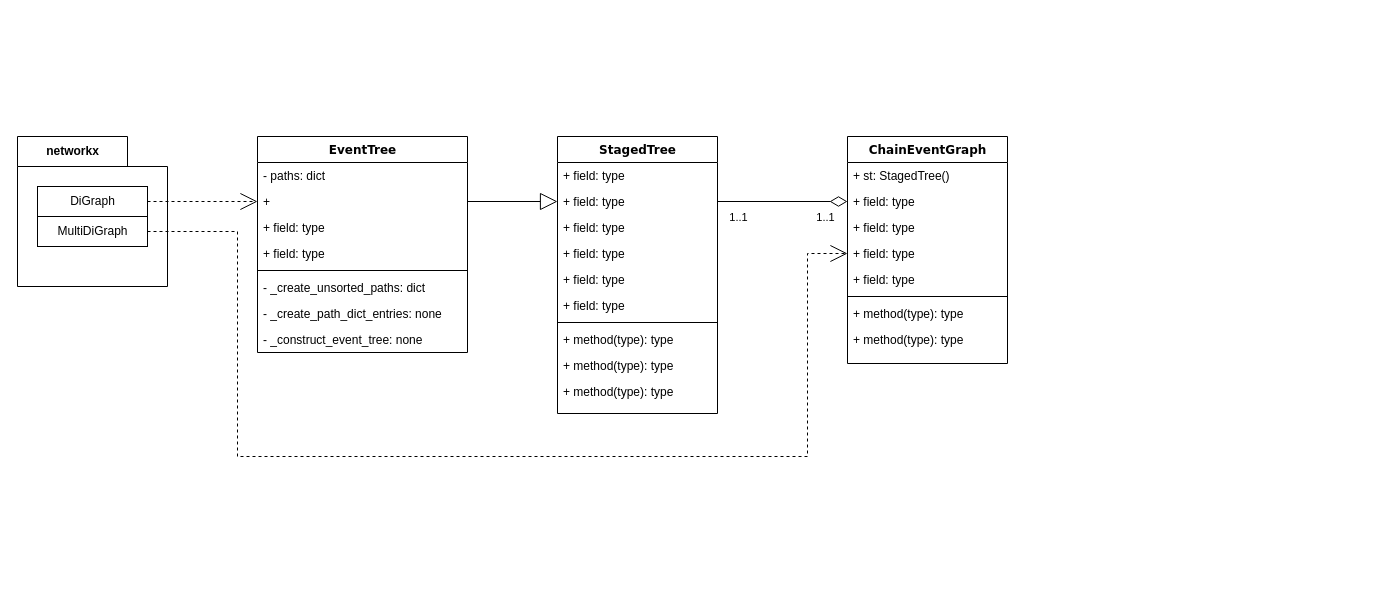
Above: docs/source/class_architecture.drawio in g-walley/cegpy (draw.io), before the change. Source tidied: cells renumbered, new cells numbered last; positions are measured from the earlier drawing's top-left corner, leaving out a move shared by most shapes. Both pictures are drawn from the tidied source at 100%, with x=0, y=0 at pixel (17, 136).
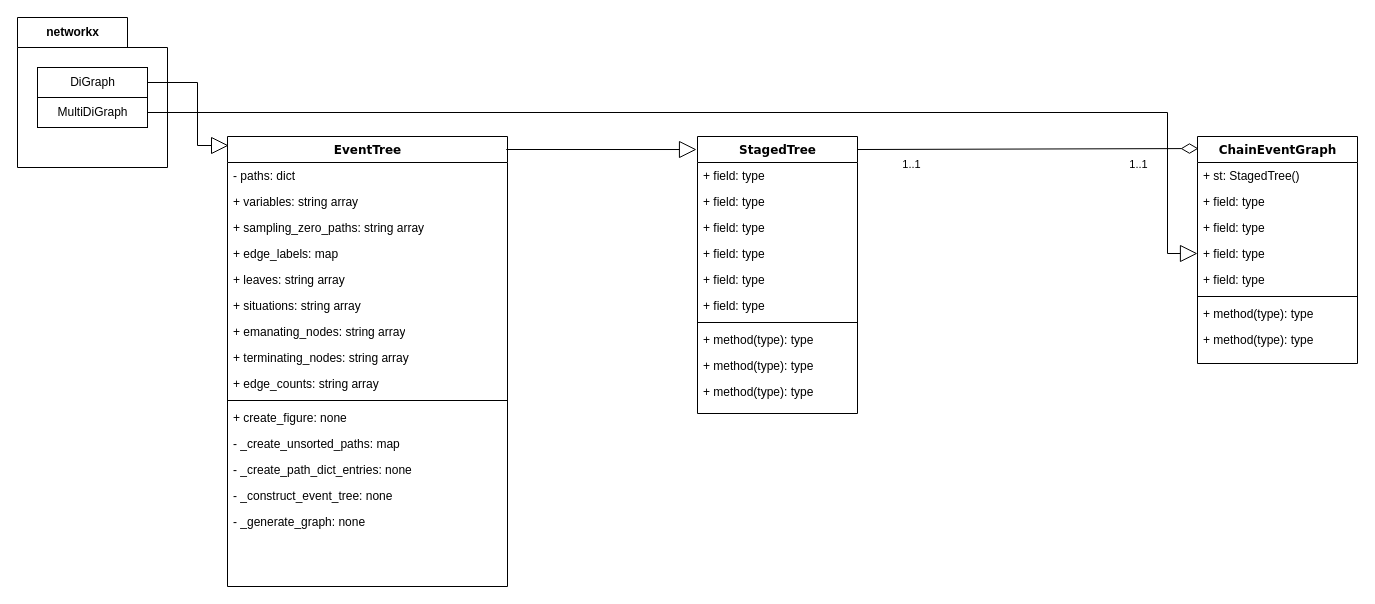
The same page after the edit.

The change refers to these unchanged cells:
```xml
<mxCell id="4" value="+ field: type" style="text;html=1;strokeColor=none;fillColor=none;align=left;verticalAlign=top;spacingLeft=4;spacingRight=4;whiteSpace=wrap;overflow=hidden;points=[[0,0.5],[1,0.5]];portConstraint=eastwest;" parent="2" vertex="1">
  <mxGeometry y="52" width="160" height="26" as="geometry" />
</mxCell>
<mxCell id="6" value="+ field: type" style="text;html=1;strokeColor=none;fillColor=none;align=left;verticalAlign=top;spacingLeft=4;spacingRight=4;whiteSpace=wrap;overflow=hidden;points=[[0,0.5],[1,0.5]];portConstraint=eastwest;" parent="2" vertex="1">
  <mxGeometry y="104" width="160" height="26" as="geometry" />
</mxCell>
<mxCell id="13" value="+ field: type" style="text;html=1;strokeColor=none;fillColor=none;align=left;verticalAlign=top;spacingLeft=4;spacingRight=4;whiteSpace=wrap;overflow=hidden;points=[[0,0.5],[1,0.5]];portConstraint=eastwest;" parent="11" vertex="1">
  <mxGeometry y="52" width="160" height="26" as="geometry" />
</mxCell>
<mxCell id="32" value="DiGraph" style="html=1;" parent="31" vertex="1">
  <mxGeometry width="110" height="30" relative="1" as="geometry">
    <mxPoint x="20" y="50" as="offset" />
  </mxGeometry>
</mxCell>
<mxCell id="33" value="MultiDiGraph" style="html=1;" parent="31" vertex="1">
  <mxGeometry x="20" y="80" width="110" height="30" as="geometry" />
</mxCell>
```

Change to the diagram source:
```diff
@@
     <mxCell id="2" value="ChainEventGraph" style="swimlane;html=1;fontStyle=1;align=center;verticalAlign=top;horizontal=1;startSize=26;swimlaneFillColor=#ffffff;rounded=0;shadow=0;comic=0;labelBackgroundColor=none;strokeWidth=1;fillColor=none;fontFamily=Verdana;fontSize=12;" parent="1" vertex="1">
-      <mxGeometry x="830" width="160" height="227" as="geometry" />
+      <mxGeometry x="1180" width="160" height="227" as="geometry" />
     </mxCell>
@@
     <mxCell id="11" value="StagedTree" style="swimlane;html=1;fontStyle=1;align=center;verticalAlign=top;horizontal=1;startSize=26;swimlaneFillColor=#ffffff;rounded=0;shadow=0;comic=0;labelBackgroundColor=none;strokeWidth=1;fillColor=none;fontFamily=Verdana;fontSize=12;" parent="1" vertex="1">
-      <mxGeometry x="540" width="160" height="277" as="geometry" />
+      <mxGeometry x="680" width="160" height="277" as="geometry" />
     </mxCell>
@@
+    <mxCell id="40" style="edgeStyle=orthogonalEdgeStyle;rounded=0;jettySize=auto;html=1;entryX=-0.006;entryY=0.047;entryDx=0;entryDy=0;entryPerimeter=0;endArrow=block;endFill=0;endSize=15;strokeWidth=1;verticalAlign=bottom;" parent="1" edge="1" target="11">
+      <mxGeometry relative="1" as="geometry">
+        <mxPoint x="500" y="13" as="sourcePoint" />
+        <Array as="points">
+          <mxPoint x="489" y="13" />
+        </Array>
+      </mxGeometry>
+    </mxCell>
     <mxCell id="22" value="EventTree" style="swimlane;html=1;fontStyle=1;align=center;verticalAlign=top;horizontal=1;startSize=26;swimlaneFillColor=#ffffff;rounded=0;shadow=0;comic=0;labelBackgroundColor=none;strokeWidth=1;fillColor=none;fontFamily=Verdana;fontSize=12;" parent="1" vertex="1">
-      <mxGeometry x="240" width="210" height="216" as="geometry" />
+      <mxGeometry x="210" width="280" height="450" as="geometry" />
     </mxCell>
     <mxCell id="23" value="- paths: dict" style="text;html=1;strokeColor=none;fillColor=none;align=left;verticalAlign=top;spacingLeft=4;spacingRight=4;whiteSpace=wrap;overflow=hidden;" parent="22" vertex="1">
-      <mxGeometry y="26" width="210" height="26" as="geometry" />
+      <mxGeometry y="26" width="280" height="26" as="geometry" />
     </mxCell>
-    <mxCell id="24" value="+&amp;nbsp;" style="text;html=1;strokeColor=none;fillColor=none;align=left;verticalAlign=top;spacingLeft=4;spacingRight=4;whiteSpace=wrap;overflow=hidden;points=[[0,0.5],[1,0.5]];portConstraint=eastwest;" parent="22" vertex="1">
-      <mxGeometry y="52" width="210" height="26" as="geometry" />
+    <mxCell id="24" value="+ variables: string array" style="text;html=1;strokeColor=none;fillColor=none;align=left;verticalAlign=top;spacingLeft=4;spacingRight=4;whiteSpace=wrap;overflow=hidden;points=[[0,0.5],[1,0.5]];portConstraint=eastwest;" parent="22" vertex="1">
+      <mxGeometry y="52" width="280" height="26" as="geometry" />
     </mxCell>
-    <mxCell id="25" value="+ field: type" style="text;html=1;strokeColor=none;fillColor=none;align=left;verticalAlign=top;spacingLeft=4;spacingRight=4;whiteSpace=wrap;overflow=hidden;points=[[0,0.5],[1,0.5]];portConstraint=eastwest;" parent="22" vertex="1">
-      <mxGeometry y="78" width="210" height="26" as="geometry" />
+    <mxCell id="25" value="+ sampling_zero_paths: string array" style="text;html=1;strokeColor=none;fillColor=none;align=left;verticalAlign=top;spacingLeft=4;spacingRight=4;whiteSpace=wrap;overflow=hidden;points=[[0,0.5],[1,0.5]];portConstraint=eastwest;" parent="22" vertex="1">
+      <mxGeometry y="78" width="280" height="26" as="geometry" />
     </mxCell>
-    <mxCell id="26" value="+ field: type" style="text;html=1;strokeColor=none;fillColor=none;align=left;verticalAlign=top;spacingLeft=4;spacingRight=4;whiteSpace=wrap;overflow=hidden;" parent="22" vertex="1">
-      <mxGeometry y="104" width="210" height="26" as="geometry" />
-    </mxCell>
+    <mxCell id="41" value="+&amp;nbsp;&lt;span style=&quot;text-align: center&quot;&gt;edge_labels&lt;/span&gt;: map" style="text;html=1;strokeColor=none;fillColor=none;align=left;verticalAlign=top;spacingLeft=4;spacingRight=4;whiteSpace=wrap;overflow=hidden;" parent="22" vertex="1">
+      <mxGeometry y="104" width="280" height="26" as="geometry" />
+    </mxCell>
+    <mxCell id="42" value="+&amp;nbsp;&lt;span style=&quot;text-align: center&quot;&gt;leaves&lt;/span&gt;: string array" style="text;html=1;strokeColor=none;fillColor=none;align=left;verticalAlign=top;spacingLeft=4;spacingRight=4;whiteSpace=wrap;overflow=hidden;" parent="22" vertex="1">
+      <mxGeometry y="130" width="280" height="26" as="geometry" />
+    </mxCell>
+    <mxCell id="43" value="+&amp;nbsp;&lt;span style=&quot;text-align: center&quot;&gt;situations&lt;/span&gt;: string array" style="text;html=1;strokeColor=none;fillColor=none;align=left;verticalAlign=top;spacingLeft=4;spacingRight=4;whiteSpace=wrap;overflow=hidden;" parent="22" vertex="1">
+      <mxGeometry y="156" width="280" height="26" as="geometry" />
+    </mxCell>
+    <mxCell id="44" value="+&amp;nbsp;&lt;span style=&quot;text-align: center&quot;&gt;emanating_nodes&lt;/span&gt;: string array" style="text;html=1;strokeColor=none;fillColor=none;align=left;verticalAlign=top;spacingLeft=4;spacingRight=4;whiteSpace=wrap;overflow=hidden;" parent="22" vertex="1">
+      <mxGeometry y="182" width="280" height="26" as="geometry" />
+    </mxCell>
+    <mxCell id="45" value="+&amp;nbsp;&lt;span style=&quot;text-align: center&quot;&gt;terminating_nodes&lt;/span&gt;: string array" style="text;html=1;strokeColor=none;fillColor=none;align=left;verticalAlign=top;spacingLeft=4;spacingRight=4;whiteSpace=wrap;overflow=hidden;" parent="22" vertex="1">
+      <mxGeometry y="208" width="280" height="26" as="geometry" />
+    </mxCell>
+    <mxCell id="46" value="+&amp;nbsp;&lt;span style=&quot;text-align: center&quot;&gt;edge_counts&lt;/span&gt;: string array" style="text;html=1;strokeColor=none;fillColor=none;align=left;verticalAlign=top;spacingLeft=4;spacingRight=4;whiteSpace=wrap;overflow=hidden;" parent="22" vertex="1">
+      <mxGeometry y="234" width="280" height="26" as="geometry" />
+    </mxCell>
     <mxCell id="27" style="line;html=1;strokeWidth=1;fillColor=none;align=left;verticalAlign=middle;spacingTop=-1;spacingLeft=3;spacingRight=3;labelPosition=right;" parent="22" vertex="1">
-      <mxGeometry y="130" width="210" height="8" as="geometry" />
+      <mxGeometry y="260" width="280" height="8" as="geometry" />
     </mxCell>
+    <mxCell id="47" value="+ create_figure: none" style="text;html=1;strokeColor=none;fillColor=none;align=left;verticalAlign=top;spacingLeft=4;spacingRight=4;whiteSpace=wrap;overflow=hidden;" parent="22" vertex="1">
+      <mxGeometry y="268" width="280" height="26" as="geometry" />
+    </mxCell>
-    <mxCell id="28" value="- _create_unsorted_paths: dict" style="text;html=1;strokeColor=none;fillColor=none;align=left;verticalAlign=top;spacingLeft=4;spacingRight=4;whiteSpace=wrap;overflow=hidden;" parent="22" vertex="1">
-      <mxGeometry y="138" width="210" height="26" as="geometry" />
+    <mxCell id="28" value="- _create_unsorted_paths: map" style="text;html=1;strokeColor=none;fillColor=none;align=left;verticalAlign=top;spacingLeft=4;spacingRight=4;whiteSpace=wrap;overflow=hidden;" parent="22" vertex="1">
+      <mxGeometry y="294" width="280" height="26" as="geometry" />
     </mxCell>
     <mxCell id="29" value="- _create_path_dict_entries: none" style="text;html=1;strokeColor=none;fillColor=none;align=left;verticalAlign=top;spacingLeft=4;spacingRight=4;whiteSpace=wrap;overflow=hidden;" parent="22" vertex="1">
-      <mxGeometry y="164" width="210" height="26" as="geometry" />
+      <mxGeometry y="320" width="280" height="26" as="geometry" />
     </mxCell>
     <mxCell id="30" value="- _construct_event_tree: none" style="text;html=1;strokeColor=none;fillColor=none;align=left;verticalAlign=top;spacingLeft=4;spacingRight=4;whiteSpace=wrap;overflow=hidden;" parent="22" vertex="1">
-      <mxGeometry y="190" width="210" height="26" as="geometry" />
+      <mxGeometry y="346" width="280" height="26" as="geometry" />
     </mxCell>
+    <mxCell id="48" value="- _generate_graph: none" style="text;html=1;strokeColor=none;fillColor=none;align=left;verticalAlign=top;spacingLeft=4;spacingRight=4;whiteSpace=wrap;overflow=hidden;" parent="22" vertex="1">
+      <mxGeometry y="372" width="280" height="26" as="geometry" />
+    </mxCell>
     <mxCell id="31" value="networkx" style="shape=folder;fontStyle=1;tabWidth=110;tabHeight=30;tabPosition=left;html=1;boundedLbl=1;labelInHeader=1;" parent="1" vertex="1">
-      <mxGeometry width="150" height="150" as="geometry" />
+      <mxGeometry y="-119" width="150" height="150" as="geometry" />
     </mxCell>
@@
-    <mxCell id="34" style="edgeStyle=orthogonalEdgeStyle;rounded=0;jettySize=auto;html=1;exitX=1;exitY=0.5;exitDx=0;exitDy=0;entryX=0;entryY=0.5;entryDx=0;entryDy=0;endArrow=block;endFill=0;endSize=15;strokeWidth=1;" parent="1" edge="1" source="25" target="13">
-      <mxGeometry relative="1" as="geometry">
-        <Array as="points">
-          <mxPoint x="450" y="65" />
-        </Array>
-      </mxGeometry>
-    </mxCell>
-    <mxCell id="35" style="edgeStyle=orthogonalEdgeStyle;rounded=0;jettySize=auto;html=1;exitX=1;exitY=0.5;exitDx=0;exitDy=0;endArrow=open;endFill=0;dashed=1;strokeWidth=1;endSize=15;entryX=0;entryY=0.5;entryDx=0;entryDy=0;" parent="1" edge="1" source="32" target="24">
-      <mxGeometry relative="1" as="geometry" />
+    <mxCell id="35" style="edgeStyle=orthogonalEdgeStyle;rounded=0;jettySize=auto;html=1;exitX=1;exitY=0.5;exitDx=0;exitDy=0;endArrow=block;endFill=0;strokeWidth=1;endSize=15;entryX=0.004;entryY=0.02;entryDx=0;entryDy=0;entryPerimeter=0;" parent="1" edge="1" source="32" target="22">
+      <mxGeometry relative="1" as="geometry">
+        <Array as="points">
+          <mxPoint x="180" y="-54" />
+          <mxPoint x="180" y="9" />
+        </Array>
+      </mxGeometry>
     </mxCell>
-    <mxCell id="36" style="edgeStyle=orthogonalEdgeStyle;rounded=0;jettySize=auto;html=1;exitX=1;exitY=0.5;exitDx=0;exitDy=0;entryX=0;entryY=0.5;entryDx=0;entryDy=0;dashed=1;endArrow=open;endFill=0;endSize=15;strokeWidth=1;" parent="1" edge="1" source="33" target="6">
+    <mxCell id="36" style="edgeStyle=orthogonalEdgeStyle;rounded=0;jettySize=auto;html=1;exitX=1;exitY=0.5;exitDx=0;exitDy=0;entryX=0;entryY=0.5;entryDx=0;entryDy=0;endArrow=block;endFill=0;endSize=15;strokeWidth=1;" parent="1" edge="1" source="33" target="6">
       <mxGeometry relative="1" as="geometry">
         <Array as="points">
-          <mxPoint x="220" y="95" />
-          <mxPoint x="220" y="320" />
-          <mxPoint x="790" y="320" />
-          <mxPoint x="790" y="117" />
+          <mxPoint x="1150" y="-24" />
+          <mxPoint x="1150" y="117" />
         </Array>
       </mxGeometry>
     </mxCell>
-    <mxCell id="37" style="edgeStyle=orthogonalEdgeStyle;rounded=0;jettySize=auto;html=1;exitX=1;exitY=0.5;exitDx=0;exitDy=0;entryX=0;entryY=0.5;entryDx=0;entryDy=0;endArrow=diamondThin;endFill=0;endSize=15;strokeWidth=1;verticalAlign=bottom;" parent="1" edge="1" source="13" target="4">
-      <mxGeometry relative="1" as="geometry" />
+    <mxCell id="37" style="edgeStyle=orthogonalEdgeStyle;rounded=0;jettySize=auto;html=1;exitX=1;exitY=0.047;exitDx=0;exitDy=0;entryX=0.006;entryY=0.053;entryDx=0;entryDy=0;endArrow=diamondThin;endFill=0;endSize=15;strokeWidth=1;verticalAlign=bottom;exitPerimeter=0;entryPerimeter=0;" parent="1" edge="1" source="11" target="2">
+      <mxGeometry relative="1" as="geometry">
+        <Array as="points">
+          <mxPoint x="1181" y="13" />
+        </Array>
+      </mxGeometry>
     </mxCell>
```
